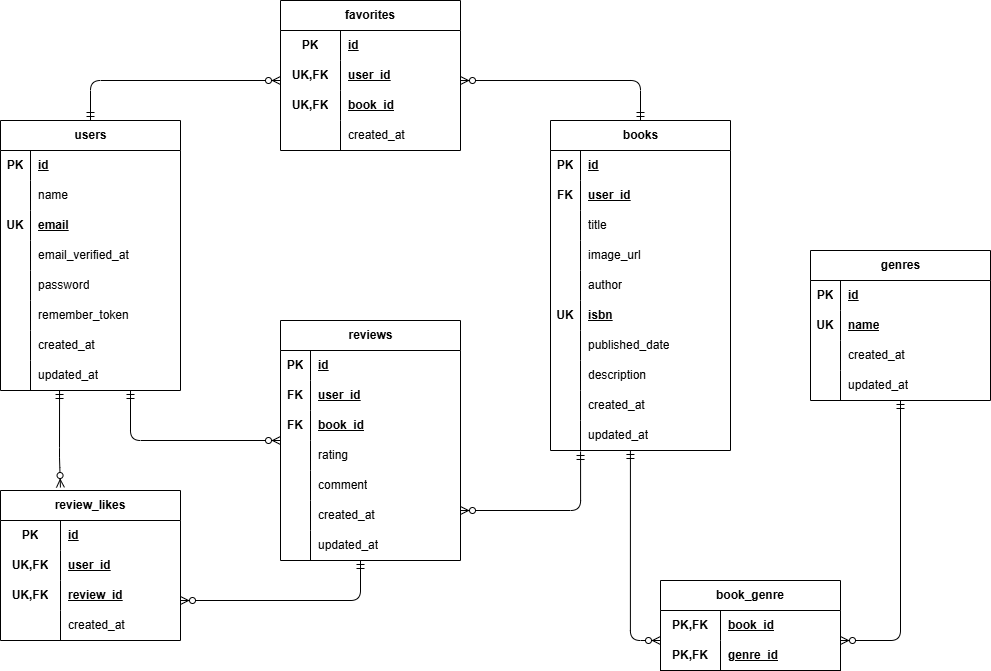
Earlier version of the draw.io export er.drawio.png (HO826/bookshelf-app). Source tidied: cells renumbered, new cells last; positions are measured from the earlier drawing's top-left corner, leaving out a move shared by most shapes.
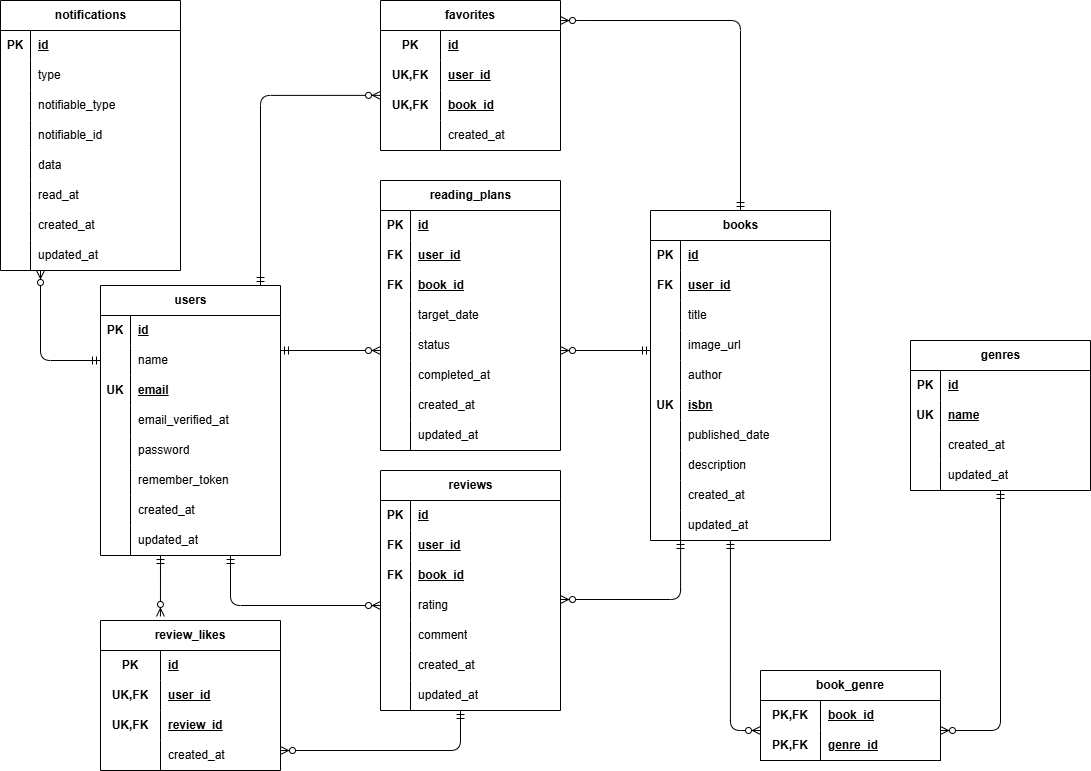
Above is the later version.

What changed in the source:
```diff
@@ -5,3 +5,3 @@
     <mxCell id="2" value="review_likes" style="shape=table;startSize=30;rowLines=0;fontStyle=1;align=center;html=1;whiteSpace=wrap;" parent="1" vertex="1">
-      <mxGeometry y="490" width="180" height="150" as="geometry" />
+      <mxGeometry y="530" width="180" height="150" as="geometry" />
     </mxCell>
@@ -197,3 +197,3 @@
     <mxCell id="66" value="reviews" style="shape=table;startSize=30;rowLines=0;fontStyle=1;align=center;html=1;" parent="1" vertex="1">
-      <mxGeometry x="280" y="320" width="180" height="240" as="geometry" />
+      <mxGeometry x="280" y="380" width="180" height="240" as="geometry" />
     </mxCell>
@@ -263,3 +263,3 @@
     <mxCell id="88" value="users" style="shape=table;startSize=30;rowLines=0;fontStyle=1;align=center;html=1;" parent="1" vertex="1">
-      <mxGeometry y="120" width="180" height="270" as="geometry" />
+      <mxGeometry y="195" width="180" height="270" as="geometry" />
     </mxCell>
@@ -337,7 +337,8 @@
     </mxCell>
-    <mxCell id="113" style="edgeStyle=orthogonalEdgeStyle;fontSize=12;html=1;endArrow=ERzeroToMany;startArrow=ERmandOne;exitX=0.5;exitY=0;exitDx=0;exitDy=0;" parent="1" edge="1" source="88">
+    <mxCell id="113" style="edgeStyle=orthogonalEdgeStyle;fontSize=12;html=1;endArrow=ERzeroToMany;startArrow=ERmandOne;exitX=0.889;exitY=0.019;exitDx=0;exitDy=0;exitPerimeter=0;" parent="1" edge="1">
       <mxGeometry relative="1" as="geometry">
-        <mxPoint x="280" y="80" as="targetPoint" />
+        <mxPoint x="160" y="195" as="sourcePoint" />
+        <mxPoint x="280" y="4.9" as="targetPoint" />
         <Array as="points">
-          <mxPoint x="90" y="80" />
+          <mxPoint x="160" y="4.9" />
         </Array>
@@ -345,16 +346,8 @@
     </mxCell>
-    <mxCell id="114" style="edgeStyle=orthogonalEdgeStyle;fontSize=12;html=1;endArrow=ERzeroToMany;startArrow=ERmandOne;exitX=0.5;exitY=0;exitDx=0;exitDy=0;entryX=1;entryY=0.667;entryDx=0;entryDy=0;entryPerimeter=0;" parent="1" edge="1">
-      <mxGeometry relative="1" as="geometry">
-        <mxPoint x="640" y="120" as="sourcePoint" />
-        <mxPoint x="460" y="80" as="targetPoint" />
-        <Array as="points">
-          <mxPoint x="640" y="80" />
-        </Array>
-      </mxGeometry>
-    </mxCell>
-    <mxCell id="115" style="edgeStyle=orthogonalEdgeStyle;fontSize=12;html=1;endArrow=ERzeroToMany;startArrow=ERmandOne;entryX=1;entryY=0.667;entryDx=0;entryDy=0;entryPerimeter=0;exitX=0.167;exitY=1.033;exitDx=0;exitDy=0;exitPerimeter=0;" parent="1" edge="1" source="50">
+    <mxCell id="115" style="edgeStyle=orthogonalEdgeStyle;fontSize=12;html=1;endArrow=ERzeroToMany;startArrow=ERmandOne;entryX=1;entryY=0.667;entryDx=0;entryDy=0;entryPerimeter=0;exitX=0.167;exitY=1.033;exitDx=0;exitDy=0;exitPerimeter=0;" parent="1" edge="1">
       <mxGeometry relative="1" as="geometry">
-        <mxPoint x="460" y="510" as="targetPoint" />
+        <mxPoint x="580.1" y="450" as="sourcePoint" />
+        <mxPoint x="460" y="509" as="targetPoint" />
         <Array as="points">
-          <mxPoint x="580" y="510" />
+          <mxPoint x="580" y="509" />
         </Array>
@@ -381,6 +374,6 @@
       <mxGeometry relative="1" as="geometry">
-        <mxPoint x="360" y="560" as="sourcePoint" />
-        <mxPoint x="180" y="600" as="targetPoint" />
+        <mxPoint x="360" y="620" as="sourcePoint" />
+        <mxPoint x="180" y="660" as="targetPoint" />
         <Array as="points">
-          <mxPoint x="360" y="600" />
+          <mxPoint x="360" y="660" />
         </Array>
@@ -388,16 +381,8 @@
     </mxCell>
-    <mxCell id="119" style="edgeStyle=orthogonalEdgeStyle;fontSize=12;html=1;endArrow=ERzeroToMany;startArrow=ERmandOne;exitX=0.328;exitY=1.1;exitDx=0;exitDy=0;entryX=0.333;entryY=0;entryDx=0;entryDy=0;entryPerimeter=0;exitPerimeter=0;" parent="1" edge="1">
-      <mxGeometry relative="1" as="geometry">
-        <mxPoint x="59" y="390" as="sourcePoint" />
-        <mxPoint x="59.9" y="487" as="targetPoint" />
-        <Array as="points">
-          <mxPoint x="60" y="457" />
-        </Array>
-      </mxGeometry>
-    </mxCell>
-    <mxCell id="120" style="edgeStyle=orthogonalEdgeStyle;fontSize=12;html=1;endArrow=ERzeroToMany;startArrow=ERmandOne;exitX=0.444;exitY=1.133;exitDx=0;exitDy=0;exitPerimeter=0;entryX=0;entryY=0;entryDx=0;entryDy=0;entryPerimeter=0;" parent="1" edge="1" target="76">
+    <mxCell id="120" style="edgeStyle=orthogonalEdgeStyle;fontSize=12;html=1;endArrow=ERzeroToMany;startArrow=ERmandOne;exitX=0.444;exitY=1.133;exitDx=0;exitDy=0;exitPerimeter=0;entryX=0;entryY=0;entryDx=0;entryDy=0;entryPerimeter=0;" parent="1" edge="1">
       <mxGeometry relative="1" as="geometry">
-        <mxPoint x="130" y="390" as="sourcePoint" />
+        <mxPoint x="130" y="465" as="sourcePoint" />
+        <mxPoint x="280" y="515" as="targetPoint" />
         <Array as="points">
-          <mxPoint x="130" y="440" />
+          <mxPoint x="130" y="515" />
         </Array>
@@ -406,3 +391,3 @@
     <mxCell id="121" value="&lt;span style=&quot;color: rgb(0, 0, 0);&quot;&gt;favorites&lt;/span&gt;" style="shape=table;startSize=30;rowLines=0;fontStyle=1;align=center;html=1;whiteSpace=wrap;" parent="1" vertex="1">
-      <mxGeometry x="280" width="180" height="150" as="geometry" />
+      <mxGeometry x="280" y="-90" width="180" height="150" as="geometry" />
     </mxCell>
@@ -444,2 +429,186 @@
     </mxCell>
+    <mxCell id="134" value="reading_plans" style="shape=table;startSize=30;rowLines=0;fontStyle=1;align=center;html=1;" parent="1" vertex="1">
+      <mxGeometry x="280" y="90" width="180" height="270" as="geometry" />
+    </mxCell>
+    <mxCell id="135" style="shape=tableRow;horizontal=0;startSize=0;swimlaneHead=0;swimlaneBody=0;fillColor=none;top=0;left=0;right=0;bottom=0;" parent="134" vertex="1">
+      <mxGeometry y="30" width="180" height="30" as="geometry" />
+    </mxCell>
+    <mxCell id="136" value="&lt;span style=&quot;color: rgb(0, 0, 0); font-weight: 700;&quot;&gt;PK&lt;/span&gt;" style="shape=partialRectangle;fillColor=none;top=0;left=0;bottom=0;right=0;overflow=hidden;whiteSpace=wrap;html=1;" parent="135" vertex="1">
+      <mxGeometry width="30" height="30" as="geometry" />
+    </mxCell>
+    <mxCell id="137" value="&lt;span style=&quot;color: rgb(0, 0, 0); font-weight: 700; text-decoration: underline;&quot;&gt;id&lt;/span&gt;" style="shape=partialRectangle;fillColor=none;top=0;left=0;bottom=0;right=0;align=left;spacingLeft=6;overflow=hidden;whiteSpace=wrap;html=1;" parent="135" vertex="1">
+      <mxGeometry x="30" width="150" height="30" as="geometry" />
+    </mxCell>
+    <mxCell id="138" style="shape=tableRow;horizontal=0;startSize=0;swimlaneHead=0;swimlaneBody=0;fillColor=none;top=0;left=0;right=0;bottom=0;" parent="134" vertex="1">
+      <mxGeometry y="60" width="180" height="30" as="geometry" />
+    </mxCell>
+    <mxCell id="139" value="&lt;span style=&quot;color: rgb(0, 0, 0); font-weight: 700;&quot;&gt;FK&lt;/span&gt;" style="shape=partialRectangle;fillColor=none;top=0;left=0;bottom=0;right=0;overflow=hidden;whiteSpace=wrap;html=1;" parent="138" vertex="1">
+      <mxGeometry width="30" height="30" as="geometry" />
+    </mxCell>
+    <mxCell id="140" value="&lt;span style=&quot;color: rgb(0, 0, 0); font-weight: 700; text-decoration: underline;&quot;&gt;user_id&lt;/span&gt;" style="shape=partialRectangle;fillColor=none;top=0;left=0;bottom=0;right=0;align=left;spacingLeft=6;overflow=hidden;whiteSpace=wrap;html=1;" parent="138" vertex="1">
+      <mxGeometry x="30" width="150" height="30" as="geometry" />
+    </mxCell>
+    <mxCell id="141" style="shape=tableRow;horizontal=0;startSize=0;swimlaneHead=0;swimlaneBody=0;fillColor=none;top=0;left=0;right=0;bottom=0;" parent="134" vertex="1">
+      <mxGeometry y="90" width="180" height="30" as="geometry" />
+    </mxCell>
+    <mxCell id="142" value="&lt;span style=&quot;color: rgb(0, 0, 0); font-weight: 700;&quot;&gt;FK&lt;/span&gt;" style="shape=partialRectangle;fillColor=none;top=0;left=0;bottom=0;right=0;overflow=hidden;whiteSpace=wrap;html=1;" parent="141" vertex="1">
+      <mxGeometry width="30" height="30" as="geometry" />
+    </mxCell>
+    <mxCell id="143" value="&lt;span style=&quot;color: rgb(0, 0, 0); font-weight: 700; text-decoration: underline;&quot;&gt;book_id&lt;/span&gt;" style="shape=partialRectangle;fillColor=none;top=0;left=0;bottom=0;right=0;align=left;spacingLeft=6;overflow=hidden;whiteSpace=wrap;html=1;" parent="141" vertex="1">
+      <mxGeometry x="30" width="150" height="30" as="geometry" />
+    </mxCell>
+    <mxCell id="144" style="shape=tableRow;horizontal=0;startSize=0;swimlaneHead=0;swimlaneBody=0;fillColor=none;top=0;left=0;right=0;bottom=0;" parent="134" vertex="1">
+      <mxGeometry y="120" width="180" height="30" as="geometry" />
+    </mxCell>
+    <mxCell id="145" style="shape=partialRectangle;fillColor=none;top=0;left=0;bottom=0;right=0;overflow=hidden;whiteSpace=wrap;html=1;" parent="144" vertex="1">
+      <mxGeometry width="30" height="30" as="geometry" />
+    </mxCell>
+    <mxCell id="146" value="target_date" style="shape=partialRectangle;fillColor=none;top=0;left=0;bottom=0;right=0;align=left;spacingLeft=6;overflow=hidden;whiteSpace=wrap;html=1;" parent="144" vertex="1">
+      <mxGeometry x="30" width="150" height="30" as="geometry" />
+    </mxCell>
+    <mxCell id="147" style="shape=tableRow;horizontal=0;startSize=0;swimlaneHead=0;swimlaneBody=0;fillColor=none;top=0;left=0;right=0;bottom=0;" parent="134" vertex="1">
+      <mxGeometry y="150" width="180" height="30" as="geometry" />
+    </mxCell>
+    <mxCell id="148" style="shape=partialRectangle;fillColor=none;top=0;left=0;bottom=0;right=0;overflow=hidden;whiteSpace=wrap;html=1;" parent="147" vertex="1">
+      <mxGeometry width="30" height="30" as="geometry" />
+    </mxCell>
+    <mxCell id="149" value="status" style="shape=partialRectangle;fillColor=none;top=0;left=0;bottom=0;right=0;align=left;spacingLeft=6;overflow=hidden;whiteSpace=wrap;html=1;" parent="147" vertex="1">
+      <mxGeometry x="30" width="150" height="30" as="geometry" />
+    </mxCell>
+    <mxCell id="150" style="shape=tableRow;horizontal=0;startSize=0;swimlaneHead=0;swimlaneBody=0;fillColor=none;top=0;left=0;right=0;bottom=0;" parent="134" vertex="1">
+      <mxGeometry y="180" width="180" height="30" as="geometry" />
+    </mxCell>
+    <mxCell id="151" style="shape=partialRectangle;fillColor=none;top=0;left=0;bottom=0;right=0;overflow=hidden;whiteSpace=wrap;html=1;" parent="150" vertex="1">
+      <mxGeometry width="30" height="30" as="geometry" />
+    </mxCell>
+    <mxCell id="152" value="completed_at" style="shape=partialRectangle;fillColor=none;top=0;left=0;bottom=0;right=0;align=left;spacingLeft=6;overflow=hidden;whiteSpace=wrap;html=1;" parent="150" vertex="1">
+      <mxGeometry x="30" width="150" height="30" as="geometry" />
+    </mxCell>
+    <mxCell id="153" style="shape=tableRow;horizontal=0;startSize=0;swimlaneHead=0;swimlaneBody=0;fillColor=none;top=0;left=0;right=0;bottom=0;" parent="134" vertex="1">
+      <mxGeometry y="210" width="180" height="30" as="geometry" />
+    </mxCell>
+    <mxCell id="154" style="shape=partialRectangle;fillColor=none;top=0;left=0;bottom=0;right=0;overflow=hidden;whiteSpace=wrap;html=1;" parent="153" vertex="1">
+      <mxGeometry width="30" height="30" as="geometry" />
+    </mxCell>
+    <mxCell id="155" value="created_at" style="shape=partialRectangle;fillColor=none;top=0;left=0;bottom=0;right=0;align=left;spacingLeft=6;overflow=hidden;whiteSpace=wrap;html=1;" parent="153" vertex="1">
+      <mxGeometry x="30" width="150" height="30" as="geometry" />
+    </mxCell>
+    <mxCell id="156" style="shape=tableRow;horizontal=0;startSize=0;swimlaneHead=0;swimlaneBody=0;fillColor=none;top=0;left=0;right=0;bottom=0;" parent="134" vertex="1">
+      <mxGeometry y="240" width="180" height="30" as="geometry" />
+    </mxCell>
+    <mxCell id="157" style="shape=partialRectangle;fillColor=none;top=0;left=0;bottom=0;right=0;overflow=hidden;whiteSpace=wrap;html=1;" parent="156" vertex="1">
+      <mxGeometry width="30" height="30" as="geometry" />
+    </mxCell>
+    <mxCell id="158" value="updated_at" style="shape=partialRectangle;fillColor=none;top=0;left=0;bottom=0;right=0;align=left;spacingLeft=6;overflow=hidden;whiteSpace=wrap;html=1;" parent="156" vertex="1">
+      <mxGeometry x="30" width="150" height="30" as="geometry" />
+    </mxCell>
+    <mxCell id="159" style="edgeStyle=orthogonalEdgeStyle;fontSize=12;html=1;endArrow=ERzeroToMany;startArrow=ERmandOne;exitX=0.5;exitY=0;exitDx=0;exitDy=0;entryX=1;entryY=0.667;entryDx=0;entryDy=0;entryPerimeter=0;" parent="1" edge="1" source="22">
+      <mxGeometry relative="1" as="geometry">
+        <mxPoint x="460" y="-70" as="targetPoint" />
+        <Array as="points">
+          <mxPoint x="640" y="-70" />
+        </Array>
+      </mxGeometry>
+    </mxCell>
+    <mxCell id="160" style="fontSize=12;html=1;endArrow=ERzeroToMany;startArrow=ERmandOne;" parent="1" edge="1">
+      <mxGeometry relative="1" as="geometry">
+        <mxPoint x="180" y="260" as="sourcePoint" />
+        <mxPoint x="280" y="260" as="targetPoint" />
+      </mxGeometry>
+    </mxCell>
+    <mxCell id="161" style="fontSize=12;html=1;endArrow=ERzeroToMany;startArrow=ERmandOne;" parent="1" edge="1">
+      <mxGeometry relative="1" as="geometry">
+        <mxPoint x="550" y="260" as="sourcePoint" />
+        <mxPoint x="460" y="260" as="targetPoint" />
+      </mxGeometry>
+    </mxCell>
+    <mxCell id="162" value="notifications" style="shape=table;startSize=30;rowLines=0;fontStyle=1;align=center;html=1;" parent="1" vertex="1">
+      <mxGeometry x="-100" y="-90" width="180" height="270" as="geometry" />
+    </mxCell>
+    <mxCell id="163" style="shape=tableRow;horizontal=0;startSize=0;swimlaneHead=0;swimlaneBody=0;fillColor=none;top=0;left=0;right=0;bottom=0;" parent="162" vertex="1">
+      <mxGeometry y="30" width="180" height="30" as="geometry" />
+    </mxCell>
+    <mxCell id="164" value="&lt;span style=&quot;color: rgb(0, 0, 0); font-weight: 700;&quot;&gt;PK&lt;/span&gt;" style="shape=partialRectangle;fillColor=none;top=0;left=0;bottom=0;right=0;overflow=hidden;whiteSpace=wrap;html=1;" parent="163" vertex="1">
+      <mxGeometry width="30" height="30" as="geometry" />
+    </mxCell>
+    <mxCell id="165" value="&lt;span style=&quot;color: rgb(0, 0, 0); font-weight: 700; text-decoration: underline;&quot;&gt;id&lt;/span&gt;" style="shape=partialRectangle;fillColor=none;top=0;left=0;bottom=0;right=0;align=left;spacingLeft=6;overflow=hidden;whiteSpace=wrap;html=1;" parent="163" vertex="1">
+      <mxGeometry x="30" width="150" height="30" as="geometry" />
+    </mxCell>
+    <mxCell id="166" style="shape=tableRow;horizontal=0;startSize=0;swimlaneHead=0;swimlaneBody=0;fillColor=none;top=0;left=0;right=0;bottom=0;" parent="162" vertex="1">
+      <mxGeometry y="60" width="180" height="30" as="geometry" />
+    </mxCell>
+    <mxCell id="167" style="shape=partialRectangle;fillColor=none;top=0;left=0;bottom=0;right=0;overflow=hidden;whiteSpace=wrap;html=1;" parent="166" vertex="1">
+      <mxGeometry width="30" height="30" as="geometry" />
+    </mxCell>
+    <mxCell id="168" value="type" style="shape=partialRectangle;fillColor=none;top=0;left=0;bottom=0;right=0;align=left;spacingLeft=6;overflow=hidden;whiteSpace=wrap;html=1;" parent="166" vertex="1">
+      <mxGeometry x="30" width="150" height="30" as="geometry" />
+    </mxCell>
+    <mxCell id="169" style="shape=tableRow;horizontal=0;startSize=0;swimlaneHead=0;swimlaneBody=0;fillColor=none;top=0;left=0;right=0;bottom=0;" parent="162" vertex="1">
+      <mxGeometry y="90" width="180" height="30" as="geometry" />
+    </mxCell>
+    <mxCell id="170" style="shape=partialRectangle;fillColor=none;top=0;left=0;bottom=0;right=0;overflow=hidden;whiteSpace=wrap;html=1;" parent="169" vertex="1">
+      <mxGeometry width="30" height="30" as="geometry" />
+    </mxCell>
+    <mxCell id="171" value="notifiable_type" style="shape=partialRectangle;fillColor=none;top=0;left=0;bottom=0;right=0;align=left;spacingLeft=6;overflow=hidden;whiteSpace=wrap;html=1;" parent="169" vertex="1">
+      <mxGeometry x="30" width="150" height="30" as="geometry" />
+    </mxCell>
+    <mxCell id="172" style="shape=tableRow;horizontal=0;startSize=0;swimlaneHead=0;swimlaneBody=0;fillColor=none;top=0;left=0;right=0;bottom=0;" parent="162" vertex="1">
+      <mxGeometry y="120" width="180" height="30" as="geometry" />
+    </mxCell>
+    <mxCell id="173" style="shape=partialRectangle;fillColor=none;top=0;left=0;bottom=0;right=0;overflow=hidden;whiteSpace=wrap;html=1;" parent="172" vertex="1">
+      <mxGeometry width="30" height="30" as="geometry" />
+    </mxCell>
+    <mxCell id="174" value="notifiable_id" style="shape=partialRectangle;fillColor=none;top=0;left=0;bottom=0;right=0;align=left;spacingLeft=6;overflow=hidden;whiteSpace=wrap;html=1;" parent="172" vertex="1">
+      <mxGeometry x="30" width="150" height="30" as="geometry" />
+    </mxCell>
+    <mxCell id="175" style="shape=tableRow;horizontal=0;startSize=0;swimlaneHead=0;swimlaneBody=0;fillColor=none;top=0;left=0;right=0;bottom=0;" parent="162" vertex="1">
+      <mxGeometry y="150" width="180" height="30" as="geometry" />
+    </mxCell>
+    <mxCell id="176" style="shape=partialRectangle;fillColor=none;top=0;left=0;bottom=0;right=0;overflow=hidden;whiteSpace=wrap;html=1;" parent="175" vertex="1">
+      <mxGeometry width="30" height="30" as="geometry" />
+    </mxCell>
+    <mxCell id="177" value="data" style="shape=partialRectangle;fillColor=none;top=0;left=0;bottom=0;right=0;align=left;spacingLeft=6;overflow=hidden;whiteSpace=wrap;html=1;" parent="175" vertex="1">
+      <mxGeometry x="30" width="150" height="30" as="geometry" />
+    </mxCell>
+    <mxCell id="178" style="shape=tableRow;horizontal=0;startSize=0;swimlaneHead=0;swimlaneBody=0;fillColor=none;top=0;left=0;right=0;bottom=0;" parent="162" vertex="1">
+      <mxGeometry y="180" width="180" height="30" as="geometry" />
+    </mxCell>
+    <mxCell id="179" style="shape=partialRectangle;fillColor=none;top=0;left=0;bottom=0;right=0;overflow=hidden;whiteSpace=wrap;html=1;" parent="178" vertex="1">
+      <mxGeometry width="30" height="30" as="geometry" />
+    </mxCell>
+    <mxCell id="180" value="read_at" style="shape=partialRectangle;fillColor=none;top=0;left=0;bottom=0;right=0;align=left;spacingLeft=6;overflow=hidden;whiteSpace=wrap;html=1;" parent="178" vertex="1">
+      <mxGeometry x="30" width="150" height="30" as="geometry" />
+    </mxCell>
+    <mxCell id="181" style="shape=tableRow;horizontal=0;startSize=0;swimlaneHead=0;swimlaneBody=0;fillColor=none;top=0;left=0;right=0;bottom=0;" parent="162" vertex="1">
+      <mxGeometry y="210" width="180" height="30" as="geometry" />
+    </mxCell>
+    <mxCell id="182" style="shape=partialRectangle;fillColor=none;top=0;left=0;bottom=0;right=0;overflow=hidden;whiteSpace=wrap;html=1;" parent="181" vertex="1">
+      <mxGeometry width="30" height="30" as="geometry" />
+    </mxCell>
+    <mxCell id="183" value="created_at" style="shape=partialRectangle;fillColor=none;top=0;left=0;bottom=0;right=0;align=left;spacingLeft=6;overflow=hidden;whiteSpace=wrap;html=1;" parent="181" vertex="1">
+      <mxGeometry x="30" width="150" height="30" as="geometry" />
+    </mxCell>
+    <mxCell id="184" style="shape=tableRow;horizontal=0;startSize=0;swimlaneHead=0;swimlaneBody=0;fillColor=none;top=0;left=0;right=0;bottom=0;" parent="162" vertex="1">
+      <mxGeometry y="240" width="180" height="30" as="geometry" />
+    </mxCell>
+    <mxCell id="185" style="shape=partialRectangle;fillColor=none;top=0;left=0;bottom=0;right=0;overflow=hidden;whiteSpace=wrap;html=1;" parent="184" vertex="1">
+      <mxGeometry width="30" height="30" as="geometry" />
+    </mxCell>
+    <mxCell id="186" value="updated_at" style="shape=partialRectangle;fillColor=none;top=0;left=0;bottom=0;right=0;align=left;spacingLeft=6;overflow=hidden;whiteSpace=wrap;html=1;" parent="184" vertex="1">
+      <mxGeometry x="30" width="150" height="30" as="geometry" />
+    </mxCell>
+    <mxCell id="187" style="fontSize=12;html=1;endArrow=ERzeroToMany;startArrow=ERmandOne;entryX=0.333;entryY=-0.027;entryDx=0;entryDy=0;entryPerimeter=0;" parent="1" edge="1" target="2">
+      <mxGeometry relative="1" as="geometry">
+        <mxPoint x="60" y="465" as="sourcePoint" />
+      </mxGeometry>
+    </mxCell>
+    <mxCell id="188" style="fontSize=12;html=1;endArrow=ERzeroToMany;startArrow=ERmandOne;" parent="1" edge="1">
+      <mxGeometry relative="1" as="geometry">
+        <mxPoint y="270" as="sourcePoint" />
+        <mxPoint x="-60" y="180" as="targetPoint" />
+        <Array as="points">
+          <mxPoint x="-60" y="270" />
+        </Array>
+      </mxGeometry>
+    </mxCell>
   </root>
```
